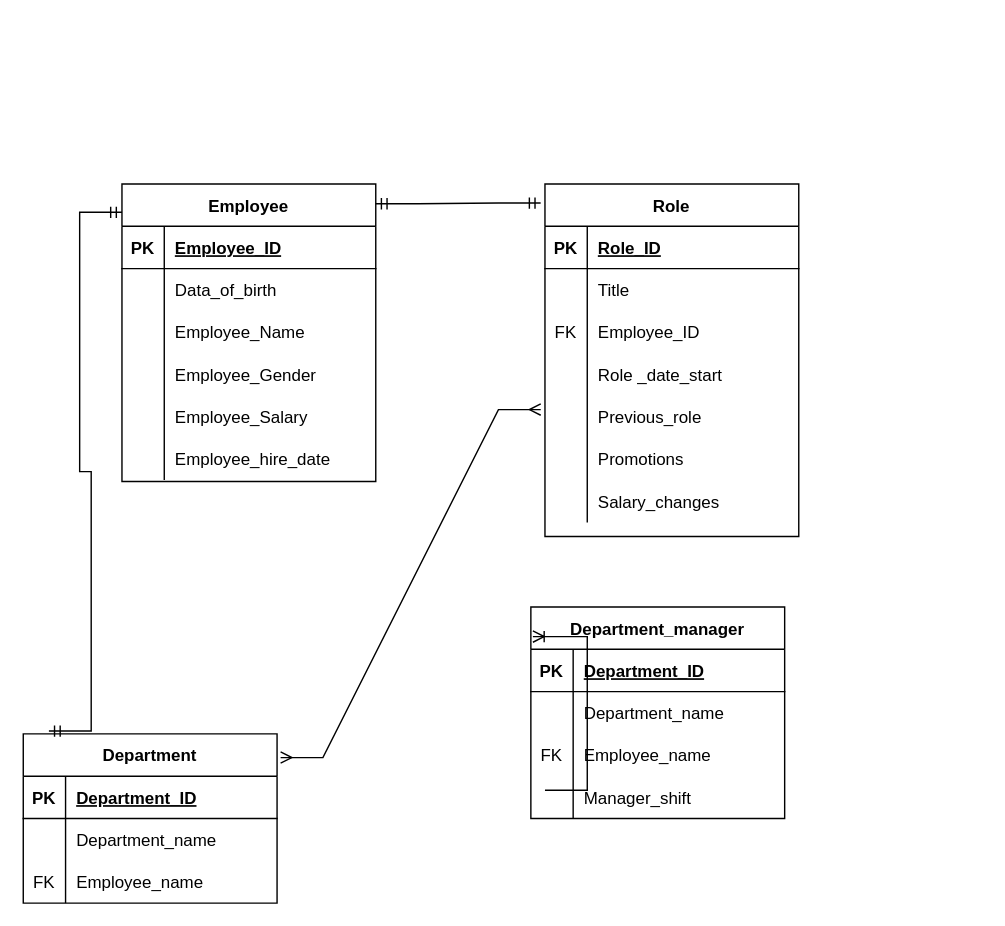
PriFlores/HR-Database keeps this draw.io diagram as Relational data model.drawio. Above is the earlier version. Source tidied: cells renumbered, new cells numbered last; positions are measured from the earlier drawing's top-left corner, leaving out a move shared by most shapes. Both pictures are drawn from the tidied source at 141%, with x=0, y=0 at pixel (23, 183).
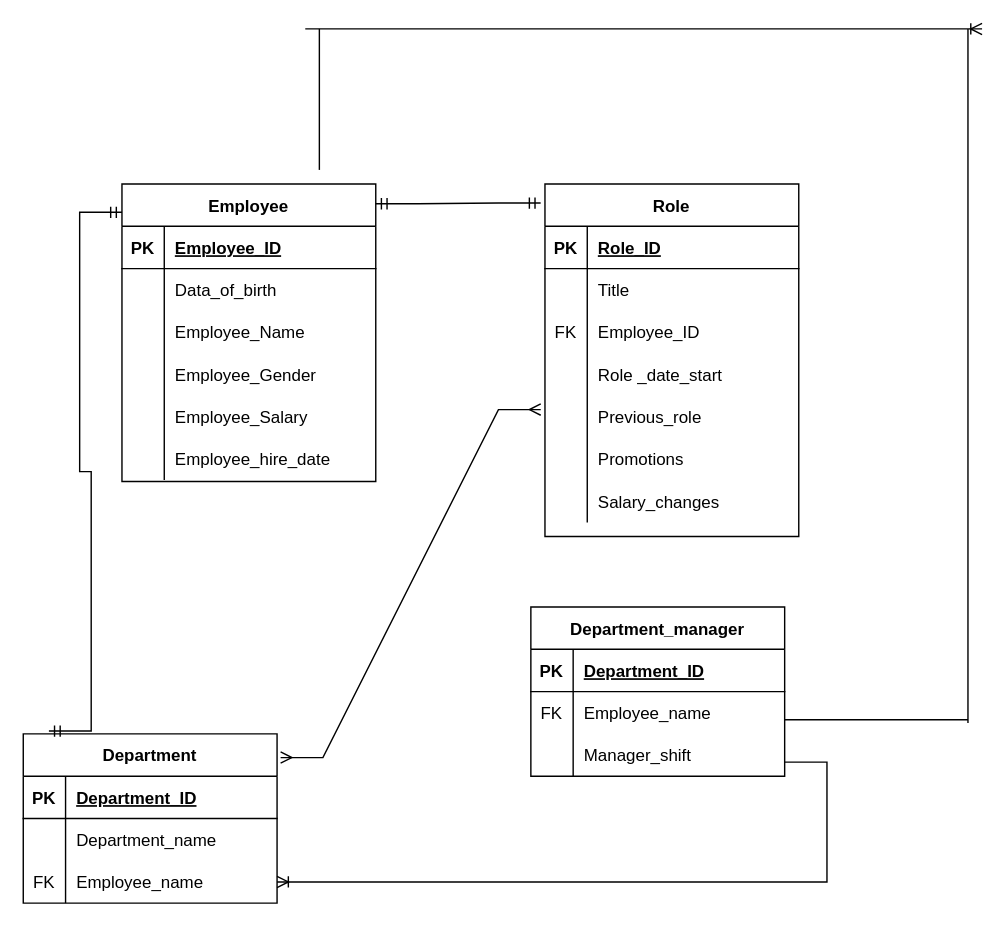
Above is the later version.

The change refers to these unchanged cells:
```xml
<mxCell id="63" style="shape=partialRectangle;fillColor=none;top=0;left=0;bottom=0;right=0;points=[[0,0.5],[1,0.5]];portConstraint=eastwest;" parent="56" vertex="1">
  <mxGeometry y="90" width="180" height="30" as="geometry" />
</mxCell>
```

What changed in the source:
```diff
@@
     <mxCell id="43" value="Department_manager" style="shape=table;startSize=30;childLayout=tableLayout;rowLines=0;fontStyle=1;align=center;" parent="1" vertex="1">
-      <mxGeometry x="360" y="300" width="180" height="150" as="geometry" />
+      <mxGeometry x="360" y="300" width="180" height="120" as="geometry" />
     </mxCell>
@@
-    <mxCell id="47" style="shape=partialRectangle;fillColor=none;top=0;left=0;bottom=0;right=0;" parent="43" vertex="1">
-      <mxGeometry y="60" width="180" height="30" as="geometry" />
-    </mxCell>
-    <mxCell id="48" style="shape=partialRectangle;fillColor=none;top=0;left=0;bottom=0;right=0;overflow=hidden;" parent="47" vertex="1">
-      <mxGeometry width="30" height="30" as="geometry" />
-    </mxCell>
-    <mxCell id="49" value="Department_name" style="shape=partialRectangle;fillColor=none;top=0;left=0;bottom=0;right=0;align=left;spacingLeft=6;overflow=hidden;" parent="47" vertex="1">
-      <mxGeometry x="30" width="150" height="30" as="geometry" />
-    </mxCell>
     <mxCell id="50" style="shape=partialRectangle;fillColor=none;top=0;left=0;bottom=0;right=0;" parent="43" vertex="1">
-      <mxGeometry y="90" width="180" height="30" as="geometry" />
+      <mxGeometry y="60" width="180" height="30" as="geometry" />
     </mxCell>
@@
     <mxCell id="53" style="shape=partialRectangle;fillColor=none;top=0;left=0;bottom=0;right=0;" parent="43" vertex="1">
-      <mxGeometry y="120" width="180" height="30" as="geometry" />
+      <mxGeometry y="90" width="180" height="30" as="geometry" />
     </mxCell>
@@
-    <mxCell id="66" style="edgeStyle=entityRelationEdgeStyle;fontSize=12;html=1;endArrow=ERoneToMany;rounded=0;entryX=0.008;entryY=0.14;entryDx=0;entryDy=0;entryPerimeter=0;exitX=1;exitY=0.5;exitDx=0;exitDy=0;" parent="1" edge="1" target="43">
+    <mxCell id="66" style="edgeStyle=entityRelationEdgeStyle;fontSize=12;html=1;endArrow=ERoneToMany;rounded=0;" parent="1" edge="1">
       <mxGeometry relative="1" as="geometry">
-        <mxPoint x="370" y="430" as="sourcePoint" />
+        <mxPoint x="200" y="-110" as="sourcePoint" />
+        <mxPoint x="680" y="-110" as="targetPoint" />
       </mxGeometry>
     </mxCell>
@@
     <mxCell id="70" value="Manager_shift" style="shape=partialRectangle;fillColor=none;top=0;left=0;bottom=0;right=0;align=left;spacingLeft=6;overflow=hidden;" parent="1" vertex="1">
-      <mxGeometry x="390" y="420" width="150" height="30" as="geometry" />
+      <mxGeometry x="390" y="390" width="150" height="30" as="geometry" />
     </mxCell>
+    <mxCell id="71" style="endArrow=none;html=1;rounded=0;" parent="1" edge="1">
+      <mxGeometry relative="1" as="geometry">
+        <mxPoint x="670" y="-110" as="sourcePoint" />
+        <mxPoint x="670" y="382.2" as="targetPoint" />
+      </mxGeometry>
+    </mxCell>
+    <mxCell id="72" style="endArrow=none;html=1;rounded=0;" parent="1" edge="1">
+      <mxGeometry relative="1" as="geometry">
+        <mxPoint x="540" y="380" as="sourcePoint" />
+        <mxPoint x="670" y="380" as="targetPoint" />
+      </mxGeometry>
+    </mxCell>
+    <mxCell id="73" style="endArrow=none;html=1;rounded=0;" parent="1" edge="1">
+      <mxGeometry relative="1" as="geometry">
+        <mxPoint x="210" y="-110" as="sourcePoint" />
+        <mxPoint x="210" y="-10" as="targetPoint" />
+      </mxGeometry>
+    </mxCell>
+    <mxCell id="74" style="edgeStyle=entityRelationEdgeStyle;fontSize=12;html=1;endArrow=ERoneToMany;rounded=0;entryX=1;entryY=0.5;entryDx=0;entryDy=0;" parent="1" edge="1" target="63">
+      <mxGeometry relative="1" as="geometry">
+        <mxPoint x="540" y="410" as="sourcePoint" />
+      </mxGeometry>
+    </mxCell>
```
